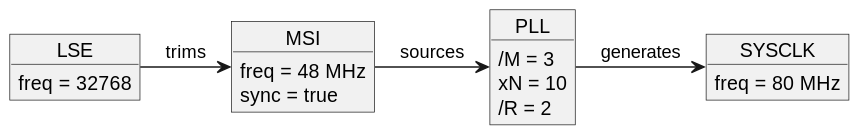
grumat/bmt keeps this PlantUML diagram as docs/images/clock_tree.svg. Above is the earlier version. Source of this version:
```plantuml
@startuml
object LSE
LSE : freq = 32768
object MSI
MSI : freq = 48 MHz
MSI : sync = true
object PLL
PLL : /M = 3
PLL : xN = 10
PLL : /R = 2
object SYSCLK
SYSCLK : freq = 80 MHz
LSE -> MSI :  trims
MSI -> PLL : sources
PLL -> SYSCLK : generates
@enduml
```
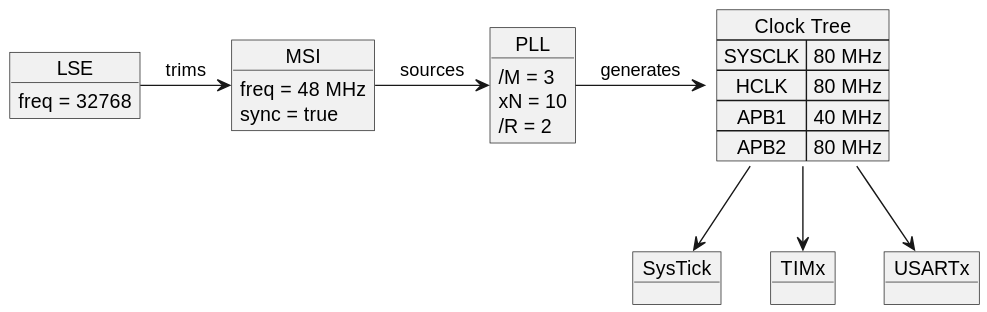
After the commit.

Diff of the diagram source:
```diff
@@ -1,16 +1,29 @@
 @startuml
-object LSE
-LSE : freq = 32768
-object MSI
-MSI : freq = 48 MHz
-MSI : sync = true
-object PLL
-PLL : /M = 3
-PLL : xN = 10
-PLL : /R = 2
-object SYSCLK
-SYSCLK : freq = 80 MHz
+object LSE {
+	freq = 32768
+}
+object MSI {
+	freq = 48 MHz
+	sync = true
+}
+object PLL {
+	/M = 3
+	xN = 10
+	/R = 2
+}
+map "Clock Tree" as SYSCLK {
+	SYSCLK => 80 MHz
+	HCLK => 80 MHz
+	APB1 => 40 MHz
+	APB2 => 80 MHz
+}
 LSE -> MSI :  trims
 MSI -> PLL : sources
 PLL -> SYSCLK : generates
+object SysTick
+object TIMx
+object USARTx
+SYSCLK --> SysTick
+SYSCLK --> TIMx
+SYSCLK --> USARTx
 @enduml
```
